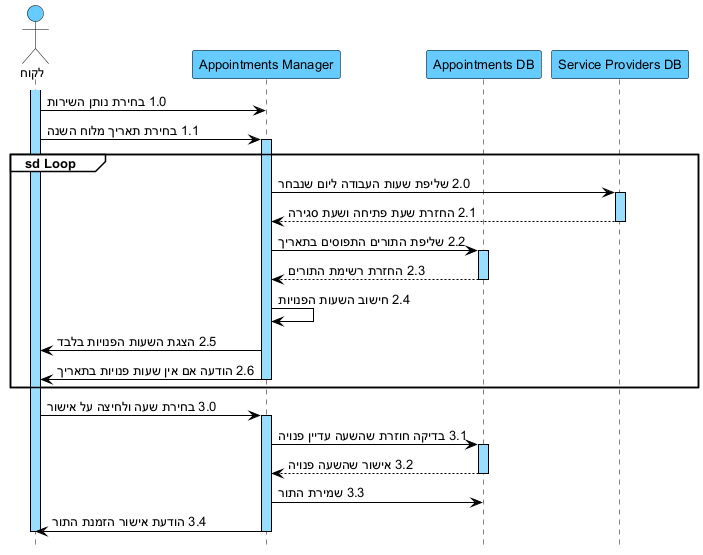
This is docs/diagrams/png/03-seq-suc03-הזמנת-תור.png from arielkaplan20/GOLDEN_HAIR_SALOAN, a PlantUML export, as it was before one commit.
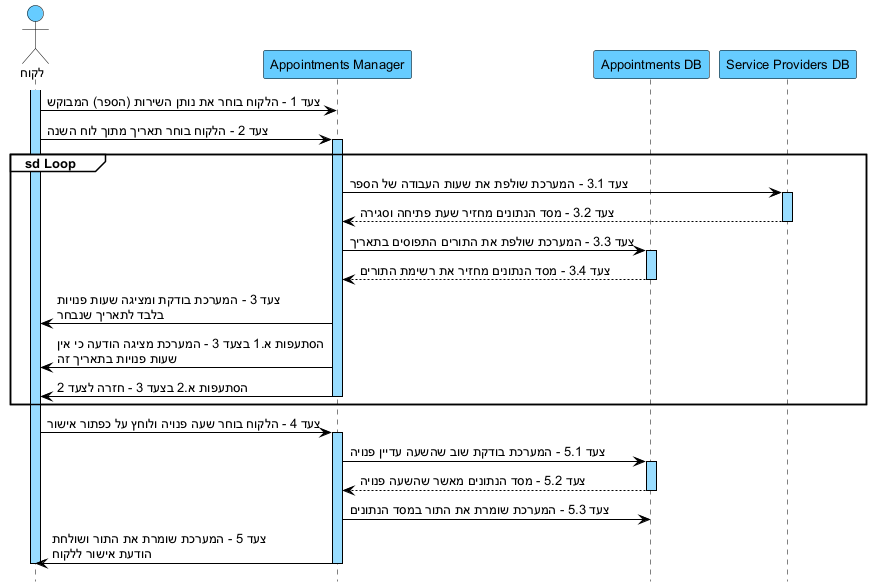
After the commit.

Change to the diagram source:
```diff
@@ -25,33 +25,33 @@
 participant "Service Providers DB" as SDB
 
 activate C
-C -> AM : 1.0 בחירת נותן השירות
-C -> AM : 1.1 בחירת תאריך מלוח השנה
+C -> AM : צעד 1 - הלקוח בוחר את נותן השירות (הספר) המבוקש
+C -> AM : צעד 2 - הלקוח בוחר תאריך מתוך לוח השנה
 
 group sd Loop
 activate AM
-AM -> SDB : 2.0 שליפת שעות העבודה ליום שנבחר
+AM -> SDB : צעד 3.1 - המערכת שולפת את שעות העבודה של הספר
 activate SDB
-SDB --> AM : 2.1 החזרת שעת פתיחה ושעת סגירה
+SDB --> AM : צעד 3.2 - מסד הנתונים מחזיר שעת פתיחה וסגירה
 deactivate SDB
-AM -> ADB : 2.2 שליפת התורים התפוסים בתאריך
+AM -> ADB : צעד 3.3 - המערכת שולפת את התורים התפוסים בתאריך
 activate ADB
-ADB --> AM : 2.3 החזרת רשימת התורים
+ADB --> AM : צעד 3.4 - מסד הנתונים מחזיר את רשימת התורים
 deactivate ADB
-AM -> AM : 2.4 חישוב השעות הפנויות
-AM -> C : 2.5 הצגת השעות הפנויות בלבד
-AM -> C : 2.6 הודעה אם אין שעות פנויות בתאריך
+AM -> C : צעד 3 - המערכת בודקת ומציגה שעות פנויות\nבלבד לתאריך שנבחר
+AM -> C : הסתעפות א.1 בצעד 3 - המערכת מציגה הודעה כי אין\nשעות פנויות בתאריך זה
+AM -> C : הסתעפות א.2 בצעד 3 - חזרה לצעד 2
 deactivate AM
 end
 
-C -> AM : 3.0 בחירת שעה ולחיצה על אישור
+C -> AM : צעד 4 - הלקוח בוחר שעה פנויה ולוחץ על כפתור אישור
 activate AM
-AM -> ADB : 3.1 בדיקה חוזרת שהשעה עדיין פנויה
+AM -> ADB : צעד 5.1 - המערכת בודקת שוב שהשעה עדיין פנויה
 activate ADB
-ADB --> AM : 3.2 אישור שהשעה פנויה
+ADB --> AM : צעד 5.2 - מסד הנתונים מאשר שהשעה פנויה
 deactivate ADB
-AM -> ADB : 3.3 שמירת התור
-AM -> C : 3.4 הודעת אישור הזמנת התור
+AM -> ADB : צעד 5.3 - המערכת שומרת את התור במסד הנתונים
+AM -> C : צעד 5 - המערכת שומרת את התור ושולחת\nהודעת אישור ללקוח
 deactivate AM
 deactivate C
 @enduml
```
